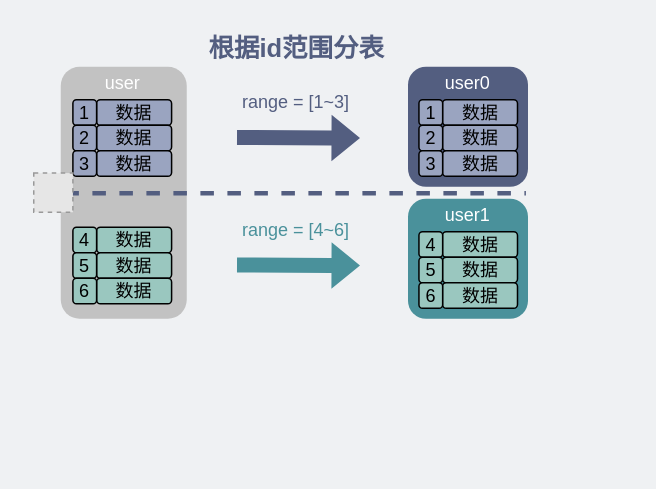
Before: network/根据id范围分表.drawio in xiaobaiTech/image, a draw.io diagram. Source tidied: cells renumbered, new cells numbered last; positions are measured from the earlier drawing's top-left corner, leaving out a move shared by most shapes. Both pictures are drawn from the tidied source at 150%, with x=0, y=0 at pixel (33, 26). Pictures stored in the file or linked from it are replaced by grey dashed boxes.
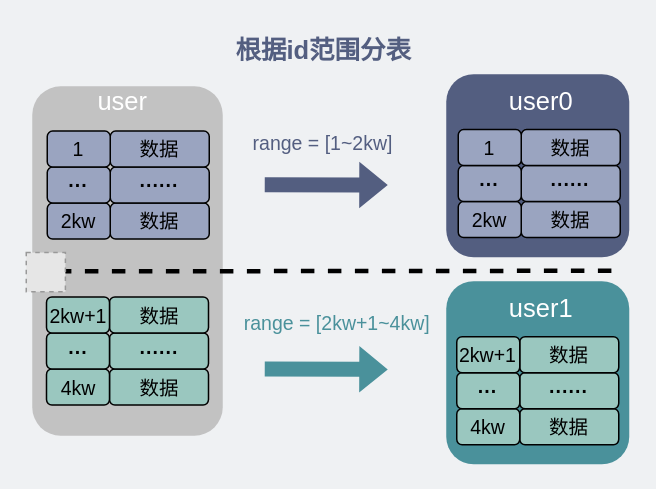
Above is the later version.

Commit message:
Update 根据id范围分表.drawio

Change to the diagram source:
```diff
@@
-    <mxCell id="2" value="&lt;font color=&quot;#ffffff&quot;&gt;&lt;span style=&quot;font-size: 16px&quot;&gt;&lt;br&gt;&lt;/span&gt;&lt;/font&gt;" style="whiteSpace=wrap;html=1;rounded=1;strokeColor=none;fillColor=#535E80;" parent="1" vertex="1">
-      <mxGeometry x="249.5" y="27" width="80" height="80" as="geometry" />
+    <mxCell id="2" value="&lt;font color=&quot;#ffffff&quot; style=&quot;font-size: 17px;&quot;&gt;&lt;span style=&quot;font-size: 17px;&quot;&gt;&lt;br style=&quot;font-size: 17px;&quot;&gt;&lt;/span&gt;&lt;/font&gt;" style="whiteSpace=wrap;html=1;rounded=1;strokeColor=none;fillColor=#535E80;fontSize=17;" parent="1" vertex="1">
+      <mxGeometry x="275" y="32" width="122" height="122" as="geometry" />
     </mxCell>
-    <mxCell id="3" value="数据" style="rounded=1;whiteSpace=wrap;html=1;fillColor=#9AA4C0;strokeColor=default;fontColor=#000000;align=center;" parent="1" vertex="1">
-      <mxGeometry x="272.5" y="49" width="50" height="17" as="geometry" />
-    </mxCell>
-    <mxCell id="4" value="&lt;font color=&quot;#ffffff&quot;&gt;user0&lt;/font&gt;" style="text;html=1;strokeColor=none;fillColor=none;align=center;verticalAlign=middle;whiteSpace=wrap;rounded=0;dashed=1;fontColor=#535E80;" parent="1" vertex="1">
-      <mxGeometry x="261.5" y="27" width="55" height="22" as="geometry" />
+    <mxCell id="4" value="&lt;font color=&quot;#ffffff&quot; style=&quot;font-size: 17px;&quot;&gt;user0&lt;/font&gt;" style="text;html=1;strokeColor=none;fillColor=none;align=center;verticalAlign=middle;whiteSpace=wrap;rounded=0;dashed=1;fontColor=#535E80;fontSize=17;" parent="1" vertex="1">
+      <mxGeometry x="311" y="40" width="55" height="22" as="geometry" />
     </mxCell>
-    <mxCell id="5" value="&lt;font&gt;1&lt;/font&gt;" style="rounded=1;whiteSpace=wrap;html=1;fillColor=#9AA4C0;strokeColor=default;fontColor=#000000;" parent="1" vertex="1">
-      <mxGeometry x="256.8" y="49" width="15.8" height="17" as="geometry" />
-    </mxCell>
-    <mxCell id="6" value="数据" style="rounded=1;whiteSpace=wrap;html=1;fillColor=#9AA4C0;strokeColor=default;fontColor=#000000;align=center;" parent="1" vertex="1">
-      <mxGeometry x="272.5" y="66" width="50" height="17" as="geometry" />
-    </mxCell>
-    <mxCell id="7" value="&lt;font&gt;2&lt;/font&gt;" style="rounded=1;whiteSpace=wrap;html=1;fillColor=#9AA4C0;strokeColor=default;fontColor=#000000;" parent="1" vertex="1">
-      <mxGeometry x="256.8" y="66" width="15.8" height="17" as="geometry" />
-    </mxCell>
-    <mxCell id="8" value="数据" style="rounded=1;whiteSpace=wrap;html=1;fillColor=#9AA4C0;strokeColor=default;fontColor=#000000;align=center;" parent="1" vertex="1">
-      <mxGeometry x="272.5" y="83" width="50" height="17" as="geometry" />
-    </mxCell>
-    <mxCell id="9" value="&lt;font&gt;3&lt;/font&gt;" style="rounded=1;whiteSpace=wrap;html=1;fillColor=#9AA4C0;strokeColor=default;fontColor=#000000;" parent="1" vertex="1">
-      <mxGeometry x="256.8" y="83" width="15.8" height="17" as="geometry" />
-    </mxCell>
-    <mxCell id="10" value="&lt;font color=&quot;#ffffff&quot;&gt;&lt;span style=&quot;font-size: 16px&quot;&gt;&lt;br&gt;&lt;/span&gt;&lt;/font&gt;" style="whiteSpace=wrap;html=1;rounded=1;strokeColor=none;fillColor=#4A919B;" parent="1" vertex="1">
-      <mxGeometry x="249.5" y="115" width="80" height="80" as="geometry" />
-    </mxCell>
-    <mxCell id="11" value="数据" style="rounded=1;whiteSpace=wrap;html=1;fillColor=#9AC7BF;strokeColor=default;fontColor=#000000;align=center;" parent="1" vertex="1">
-      <mxGeometry x="272.5" y="137" width="50" height="17" as="geometry" />
-    </mxCell>
-    <mxCell id="12" value="&lt;font color=&quot;#ffffff&quot;&gt;user1&lt;/font&gt;" style="text;html=1;strokeColor=none;fillColor=none;align=center;verticalAlign=middle;whiteSpace=wrap;rounded=0;dashed=1;fontColor=#535E80;" parent="1" vertex="1">
-      <mxGeometry x="261.5" y="115" width="55" height="22" as="geometry" />
-    </mxCell>
-    <mxCell id="13" value="&lt;font&gt;4&lt;/font&gt;" style="rounded=1;whiteSpace=wrap;html=1;fillColor=#9AC7BF;strokeColor=default;fontColor=#000000;" parent="1" vertex="1">
-      <mxGeometry x="256.8" y="137" width="15.8" height="17" as="geometry" />
-    </mxCell>
-    <mxCell id="14" value="数据" style="rounded=1;whiteSpace=wrap;html=1;fillColor=#9AC7BF;strokeColor=default;fontColor=#000000;align=center;" parent="1" vertex="1">
-      <mxGeometry x="272.5" y="154" width="50" height="17" as="geometry" />
-    </mxCell>
-    <mxCell id="15" value="&lt;font&gt;5&lt;/font&gt;" style="rounded=1;whiteSpace=wrap;html=1;fillColor=#9AC7BF;strokeColor=default;fontColor=#000000;" parent="1" vertex="1">
-      <mxGeometry x="256.8" y="154" width="15.8" height="17" as="geometry" />
-    </mxCell>
-    <mxCell id="16" value="数据" style="rounded=1;whiteSpace=wrap;html=1;fillColor=#9AC7BF;strokeColor=default;fontColor=#000000;align=center;" parent="1" vertex="1">
-      <mxGeometry x="272.5" y="171" width="50" height="17" as="geometry" />
-    </mxCell>
-    <mxCell id="17" value="&lt;font&gt;6&lt;/font&gt;" style="rounded=1;whiteSpace=wrap;html=1;fillColor=#9AC7BF;strokeColor=default;fontColor=#000000;" parent="1" vertex="1">
-      <mxGeometry x="256.8" y="171" width="15.8" height="17" as="geometry" />
-    </mxCell>
-    <mxCell id="18" style="rounded=1;whiteSpace=wrap;html=1;fillColor=#C2C2C2;strokeColor=none;" parent="1" vertex="1">
-      <mxGeometry x="18" y="27" width="84" height="168" as="geometry" />
+    <mxCell id="18" style="rounded=1;whiteSpace=wrap;html=1;fillColor=#C2C2C2;strokeColor=none;fontSize=17;" parent="1" vertex="1">
+      <mxGeometry x="-1" y="40" width="127" height="233" as="geometry" />
     </mxCell>
-    <mxCell id="19" value="数据" style="rounded=1;whiteSpace=wrap;html=1;fillColor=#9AA4C0;strokeColor=default;fontColor=#000000;align=center;" parent="1" vertex="1">
-      <mxGeometry x="41.9" y="49" width="50" height="17" as="geometry" />
-    </mxCell>
-    <mxCell id="20" value="&lt;font&gt;1&lt;/font&gt;" style="rounded=1;whiteSpace=wrap;html=1;fillColor=#9AA4C0;strokeColor=default;fontColor=#000000;" parent="1" vertex="1">
-      <mxGeometry x="26.1" y="49" width="15.8" height="17" as="geometry" />
-    </mxCell>
-    <mxCell id="21" value="数据" style="rounded=1;whiteSpace=wrap;html=1;fillColor=#9AA4C0;strokeColor=default;fontColor=#000000;align=center;" parent="1" vertex="1">
-      <mxGeometry x="41.9" y="66" width="50" height="17" as="geometry" />
-    </mxCell>
-    <mxCell id="22" value="&lt;font&gt;2&lt;/font&gt;" style="rounded=1;whiteSpace=wrap;html=1;fillColor=#9AA4C0;strokeColor=default;fontColor=#000000;" parent="1" vertex="1">
-      <mxGeometry x="26.1" y="66" width="15.8" height="17" as="geometry" />
-    </mxCell>
-    <mxCell id="23" value="数据" style="rounded=1;whiteSpace=wrap;html=1;fillColor=#9AA4C0;strokeColor=default;fontColor=#000000;align=center;" parent="1" vertex="1">
-      <mxGeometry x="41.9" y="83" width="50" height="17" as="geometry" />
+    <mxCell id="23" value="数据" style="rounded=1;whiteSpace=wrap;html=1;fillColor=#9AA4C0;strokeColor=default;fontColor=#000000;align=center;fontSize=13;" parent="1" vertex="1">
+      <mxGeometry x="51" y="117.9" width="66" height="24" as="geometry" />
     </mxCell>
-    <mxCell id="24" value="&lt;font&gt;3&lt;/font&gt;" style="rounded=1;whiteSpace=wrap;html=1;fillColor=#9AA4C0;strokeColor=default;fontColor=#000000;" parent="1" vertex="1">
-      <mxGeometry x="26.1" y="83" width="15.8" height="17" as="geometry" />
+    <mxCell id="24" value="&lt;font style=&quot;font-size: 13px;&quot;&gt;2kw&lt;/font&gt;" style="rounded=1;whiteSpace=wrap;html=1;fillColor=#9AA4C0;strokeColor=default;fontColor=#000000;fontSize=13;" parent="1" vertex="1">
+      <mxGeometry x="9" y="117.9" width="42" height="24" as="geometry" />
     </mxCell>
-    <mxCell id="25" value="数据" style="rounded=1;whiteSpace=wrap;html=1;fillColor=#9AC7BF;strokeColor=default;fontColor=#000000;align=center;" parent="1" vertex="1">
-      <mxGeometry x="41.9" y="134" width="50" height="17" as="geometry" />
-    </mxCell>
-    <mxCell id="26" value="&lt;font&gt;4&lt;/font&gt;" style="rounded=1;whiteSpace=wrap;html=1;fillColor=#9AC7BF;strokeColor=default;fontColor=#000000;" parent="1" vertex="1">
-      <mxGeometry x="26.1" y="134" width="15.8" height="17" as="geometry" />
-    </mxCell>
-    <mxCell id="27" value="数据" style="rounded=1;whiteSpace=wrap;html=1;fillColor=#9AC7BF;strokeColor=default;fontColor=#000000;align=center;" parent="1" vertex="1">
-      <mxGeometry x="41.9" y="151" width="50" height="17" as="geometry" />
-    </mxCell>
-    <mxCell id="28" value="&lt;font&gt;5&lt;/font&gt;" style="rounded=1;whiteSpace=wrap;html=1;fillColor=#9AC7BF;strokeColor=default;fontColor=#000000;" parent="1" vertex="1">
-      <mxGeometry x="26.1" y="151" width="15.8" height="17" as="geometry" />
-    </mxCell>
-    <mxCell id="29" value="数据" style="rounded=1;whiteSpace=wrap;html=1;fillColor=#9AC7BF;strokeColor=default;fontColor=#000000;align=center;" parent="1" vertex="1">
-      <mxGeometry x="41.9" y="168" width="50" height="17" as="geometry" />
-    </mxCell>
-    <mxCell id="30" value="&lt;font&gt;6&lt;/font&gt;" style="rounded=1;whiteSpace=wrap;html=1;fillColor=#9AC7BF;strokeColor=default;fontColor=#000000;" parent="1" vertex="1">
-      <mxGeometry x="26.1" y="168" width="15.8" height="17" as="geometry" />
-    </mxCell>
-    <mxCell id="31" value="&lt;font color=&quot;#ffffff&quot;&gt;user&lt;/font&gt;" style="text;html=1;strokeColor=none;fillColor=none;align=center;verticalAlign=middle;whiteSpace=wrap;rounded=0;dashed=1;fontColor=#535E80;" parent="1" vertex="1">
-      <mxGeometry x="31.5" y="27" width="55" height="22" as="geometry" />
+    <mxCell id="31" value="&lt;font color=&quot;#ffffff&quot; style=&quot;font-size: 17px;&quot;&gt;user&lt;/font&gt;" style="text;html=1;strokeColor=none;fillColor=none;align=center;verticalAlign=middle;whiteSpace=wrap;rounded=0;dashed=1;fontColor=#535E80;fontSize=17;" parent="1" vertex="1">
+      <mxGeometry x="31.5" y="40" width="55" height="22" as="geometry" />
     </mxCell>
-    <mxCell id="32" style="endArrow=none;dashed=1;html=1;rounded=0;strokeWidth=3;strokeColor=#535E80;" parent="1" edge="1">
+    <mxCell id="32" style="endArrow=none;dashed=1;html=1;rounded=0;strokeWidth=3;strokeColor=#000000;fontSize=17;" parent="1" edge="1">
       <mxGeometry relative="1" as="geometry">
-        <mxPoint x="21.1" y="111.3" as="sourcePoint" />
-        <mxPoint x="328.1" y="111.3" as="targetPoint" />
+        <mxPoint x="16.1" y="163.4" as="sourcePoint" />
+        <mxPoint x="392" y="163" as="targetPoint" />
       </mxGeometry>
     </mxCell>
     <mxCell id="33" value="&lt;font color=&quot;#535e80&quot;&gt;&lt;span style=&quot;font-size: 17px;&quot;&gt;&lt;b&gt;根据id范围分表&lt;/b&gt;&lt;/span&gt;&lt;/font&gt;" style="text;html=1;strokeColor=none;fillColor=none;align=center;verticalAlign=middle;whiteSpace=wrap;rounded=0;" parent="1" vertex="1">
-      <mxGeometry x="113.5" width="123" height="31" as="geometry" />
+      <mxGeometry x="131.5" y="1" width="123" height="31" as="geometry" />
     </mxCell>
-    <mxCell id="34" style="fillColor=#E6E6E6;strokeColor=#999999;dashed=1;html=1;verticalAlign=top;verticalLabelPosition=bottom;labelBackgroundColor=#ffffff;fontSize=17;fontColor=#535E80;" parent="1" vertex="1">
-      <mxGeometry y="97.9" width="26.1" height="26.1" as="geometry" />
+    <mxCell id="34" style="fillColor=#E6E6E6;strokeColor=#999999;dashed=1;html=1;verticalAlign=top;verticalLabelPosition=bottom;labelBackgroundColor=#ffffff;fontSize=13;fontColor=#535E80;" parent="1" vertex="1">
+      <mxGeometry x="-5" y="150.9" width="26.1" height="26.1" as="geometry" />
     </mxCell>
-    <mxCell id="35" style="shape=flexArrow;endArrow=classic;html=1;rounded=0;strokeColor=none;fillColor=#4A919B;" parent="1" edge="1">
+    <mxCell id="35" style="shape=flexArrow;endArrow=classic;html=1;rounded=0;strokeColor=none;fillColor=#4A919B;fontSize=17;" parent="1" edge="1">
       <mxGeometry relative="1" as="geometry">
-        <mxPoint x="135" y="159.2" as="sourcePoint" />
-        <mxPoint x="218" y="159.5" as="targetPoint" />
+        <mxPoint x="153.5" y="228.5" as="sourcePoint" />
+        <mxPoint x="236.5" y="228.8" as="targetPoint" />
       </mxGeometry>
     </mxCell>
-    <mxCell id="36" value="&lt;font color=&quot;#535e80&quot;&gt;range = [1~3]&lt;/font&gt;" style="text;html=1;strokeColor=none;fillColor=none;align=center;verticalAlign=middle;whiteSpace=wrap;rounded=0;" parent="1" vertex="1">
-      <mxGeometry x="135" y="36" width="80" height="30" as="geometry" />
+    <mxCell id="36" value="&lt;font color=&quot;#535e80&quot; style=&quot;font-size: 13px;&quot;&gt;range = [1~2kw]&lt;/font&gt;" style="text;html=1;strokeColor=none;fillColor=none;align=center;verticalAlign=middle;whiteSpace=wrap;rounded=0;fontSize=17;" parent="1" vertex="1">
+      <mxGeometry x="141" y="57" width="104" height="41" as="geometry" />
     </mxCell>
-    <mxCell id="37" value="&lt;font color=&quot;#4a919b&quot;&gt;range = [4~6]&lt;/font&gt;" style="text;html=1;strokeColor=none;fillColor=none;align=center;verticalAlign=middle;whiteSpace=wrap;rounded=0;" parent="1" vertex="1">
-      <mxGeometry x="135" y="121" width="80" height="30" as="geometry" />
+    <mxCell id="37" value="&lt;font color=&quot;#4a919b&quot; style=&quot;font-size: 13px;&quot;&gt;range = [2kw+1~4kw]&lt;/font&gt;" style="text;html=1;strokeColor=none;fillColor=none;align=center;verticalAlign=middle;whiteSpace=wrap;rounded=0;fontSize=17;" parent="1" vertex="1">
+      <mxGeometry x="137" y="180.5" width="131" height="35.5" as="geometry" />
     </mxCell>
-    <mxCell id="38" style="shape=flexArrow;endArrow=classic;html=1;rounded=0;strokeColor=none;fillColor=#535E80;" parent="1" edge="1">
+    <mxCell id="38" style="shape=flexArrow;endArrow=classic;html=1;rounded=0;strokeColor=none;fillColor=#535E80;fontSize=17;" parent="1" edge="1">
       <mxGeometry relative="1" as="geometry">
-        <mxPoint x="135" y="74.2" as="sourcePoint" />
-        <mxPoint x="218" y="74.5" as="targetPoint" />
+        <mxPoint x="153.5" y="105.6" as="sourcePoint" />
+        <mxPoint x="236.5" y="105.8" as="targetPoint" />
       </mxGeometry>
     </mxCell>
+    <mxCell id="39" value="······" style="rounded=1;whiteSpace=wrap;html=1;fillColor=#9AA4C0;strokeColor=default;fontColor=#000000;align=center;fontSize=13;fontStyle=1;" parent="1" vertex="1">
+      <mxGeometry x="51" y="93.9" width="66" height="24" as="geometry" />
+    </mxCell>
+    <mxCell id="40" value="&lt;font style=&quot;font-size: 13px;&quot;&gt;···&lt;/font&gt;" style="rounded=1;whiteSpace=wrap;html=1;fillColor=#9AA4C0;strokeColor=default;fontColor=#000000;fontSize=13;fontStyle=1;" parent="1" vertex="1">
+      <mxGeometry x="9" y="93.9" width="42" height="24" as="geometry" />
+    </mxCell>
+    <mxCell id="41" value="数据" style="rounded=1;whiteSpace=wrap;html=1;fillColor=#9AA4C0;strokeColor=default;fontColor=#000000;align=center;fontSize=13;" parent="1" vertex="1">
+      <mxGeometry x="51" y="69.9" width="66" height="24" as="geometry" />
+    </mxCell>
+    <mxCell id="42" value="&lt;font style=&quot;font-size: 13px;&quot;&gt;1&lt;/font&gt;" style="rounded=1;whiteSpace=wrap;html=1;fillColor=#9AA4C0;strokeColor=default;fontColor=#000000;fontSize=13;" parent="1" vertex="1">
+      <mxGeometry x="9" y="69.9" width="42" height="24" as="geometry" />
+    </mxCell>
+    <mxCell id="43" value="数据" style="rounded=1;whiteSpace=wrap;html=1;fillColor=#9AC7BF;strokeColor=default;fontColor=#000000;align=center;fontSize=13;" parent="1" vertex="1">
+      <mxGeometry x="50.5" y="228.5" width="66" height="24" as="geometry" />
+    </mxCell>
+    <mxCell id="44" value="&lt;font style=&quot;font-size: 13px;&quot;&gt;4kw&lt;/font&gt;" style="rounded=1;whiteSpace=wrap;html=1;fillColor=#9AC7BF;strokeColor=default;fontColor=#000000;fontSize=13;" parent="1" vertex="1">
+      <mxGeometry x="8.5" y="228.5" width="42" height="24" as="geometry" />
+    </mxCell>
+    <mxCell id="45" value="······" style="rounded=1;whiteSpace=wrap;html=1;fillColor=#9AC7BF;strokeColor=default;fontColor=#000000;align=center;fontSize=13;fontStyle=1;" parent="1" vertex="1">
+      <mxGeometry x="50.5" y="204.5" width="66" height="24" as="geometry" />
+    </mxCell>
+    <mxCell id="46" value="&lt;font style=&quot;font-size: 13px;&quot;&gt;···&lt;/font&gt;" style="rounded=1;whiteSpace=wrap;html=1;fillColor=#9AC7BF;strokeColor=default;fontColor=#000000;fontSize=13;fontStyle=1;" parent="1" vertex="1">
+      <mxGeometry x="8.5" y="204.5" width="42" height="24" as="geometry" />
+    </mxCell>
+    <mxCell id="47" value="数据" style="rounded=1;whiteSpace=wrap;html=1;fillColor=#9AC7BF;strokeColor=default;fontColor=#000000;align=center;fontSize=13;" parent="1" vertex="1">
+      <mxGeometry x="50.5" y="180.5" width="66" height="24" as="geometry" />
+    </mxCell>
+    <mxCell id="48" value="2kw+1" style="rounded=1;whiteSpace=wrap;html=1;fillColor=#9AC7BF;strokeColor=default;fontColor=#000000;fontSize=13;" parent="1" vertex="1">
+      <mxGeometry x="8.5" y="180.5" width="42" height="24" as="geometry" />
+    </mxCell>
+    <mxCell id="49" value="数据" style="rounded=1;whiteSpace=wrap;html=1;fillColor=#9AA4C0;strokeColor=default;fontColor=#000000;align=center;fontSize=13;" parent="1" vertex="1">
+      <mxGeometry x="325" y="116.9" width="66" height="24" as="geometry" />
+    </mxCell>
+    <mxCell id="50" value="&lt;font style=&quot;font-size: 13px;&quot;&gt;2kw&lt;/font&gt;" style="rounded=1;whiteSpace=wrap;html=1;fillColor=#9AA4C0;strokeColor=default;fontColor=#000000;fontSize=13;" parent="1" vertex="1">
+      <mxGeometry x="283" y="116.9" width="42" height="24" as="geometry" />
+    </mxCell>
+    <mxCell id="51" value="······" style="rounded=1;whiteSpace=wrap;html=1;fillColor=#9AA4C0;strokeColor=default;fontColor=#000000;align=center;fontSize=13;fontStyle=1;" parent="1" vertex="1">
+      <mxGeometry x="325" y="92.9" width="66" height="24" as="geometry" />
+    </mxCell>
+    <mxCell id="52" value="&lt;font style=&quot;font-size: 13px;&quot;&gt;···&lt;/font&gt;" style="rounded=1;whiteSpace=wrap;html=1;fillColor=#9AA4C0;strokeColor=default;fontColor=#000000;fontSize=13;fontStyle=1;" parent="1" vertex="1">
+      <mxGeometry x="283" y="92.9" width="42" height="24" as="geometry" />
+    </mxCell>
+    <mxCell id="53" value="数据" style="rounded=1;whiteSpace=wrap;html=1;fillColor=#9AA4C0;strokeColor=default;fontColor=#000000;align=center;fontSize=13;" parent="1" vertex="1">
+      <mxGeometry x="325" y="68.9" width="66" height="24" as="geometry" />
+    </mxCell>
+    <mxCell id="54" value="&lt;font style=&quot;font-size: 13px;&quot;&gt;1&lt;/font&gt;" style="rounded=1;whiteSpace=wrap;html=1;fillColor=#9AA4C0;strokeColor=default;fontColor=#000000;fontSize=13;" parent="1" vertex="1">
+      <mxGeometry x="283" y="68.9" width="42" height="24" as="geometry" />
+    </mxCell>
+    <mxCell id="55" value="&lt;font color=&quot;#ffffff&quot; style=&quot;font-size: 17px;&quot;&gt;&lt;span style=&quot;font-size: 17px;&quot;&gt;&lt;br style=&quot;font-size: 17px;&quot;&gt;&lt;/span&gt;&lt;/font&gt;" style="whiteSpace=wrap;html=1;rounded=1;strokeColor=none;fillColor=#4A919B;fontSize=17;" parent="1" vertex="1">
+      <mxGeometry x="275" y="170" width="122" height="122" as="geometry" />
+    </mxCell>
+    <mxCell id="12" value="&lt;font color=&quot;#ffffff&quot; style=&quot;font-size: 17px;&quot;&gt;user1&lt;/font&gt;" style="text;html=1;strokeColor=none;fillColor=none;align=center;verticalAlign=middle;whiteSpace=wrap;rounded=0;dashed=1;fontColor=#535E80;fontSize=17;" parent="1" vertex="1">
+      <mxGeometry x="311" y="178" width="55" height="22" as="geometry" />
+    </mxCell>
+    <mxCell id="56" value="数据" style="rounded=1;whiteSpace=wrap;html=1;fillColor=#9AC7BF;strokeColor=default;fontColor=#000000;align=center;fontSize=13;" parent="1" vertex="1">
+      <mxGeometry x="324" y="255" width="66" height="24" as="geometry" />
+    </mxCell>
+    <mxCell id="57" value="&lt;font style=&quot;font-size: 13px;&quot;&gt;4kw&lt;/font&gt;" style="rounded=1;whiteSpace=wrap;html=1;fillColor=#9AC7BF;strokeColor=default;fontColor=#000000;fontSize=13;" parent="1" vertex="1">
+      <mxGeometry x="282" y="255" width="42" height="24" as="geometry" />
+    </mxCell>
+    <mxCell id="58" value="······" style="rounded=1;whiteSpace=wrap;html=1;fillColor=#9AC7BF;strokeColor=default;fontColor=#000000;align=center;fontSize=13;fontStyle=1;" parent="1" vertex="1">
+      <mxGeometry x="324" y="231" width="66" height="24" as="geometry" />
+    </mxCell>
+    <mxCell id="59" value="&lt;font style=&quot;font-size: 13px;&quot;&gt;···&lt;/font&gt;" style="rounded=1;whiteSpace=wrap;html=1;fillColor=#9AC7BF;strokeColor=default;fontColor=#000000;fontSize=13;fontStyle=1;" parent="1" vertex="1">
+      <mxGeometry x="282" y="231" width="42" height="24" as="geometry" />
+    </mxCell>
+    <mxCell id="60" value="数据" style="rounded=1;whiteSpace=wrap;html=1;fillColor=#9AC7BF;strokeColor=default;fontColor=#000000;align=center;fontSize=13;" parent="1" vertex="1">
+      <mxGeometry x="324" y="207" width="66" height="24" as="geometry" />
+    </mxCell>
+    <mxCell id="61" value="2kw+1" style="rounded=1;whiteSpace=wrap;html=1;fillColor=#9AC7BF;strokeColor=default;fontColor=#000000;fontSize=13;" parent="1" vertex="1">
+      <mxGeometry x="282" y="207" width="42" height="24" as="geometry" />
+    </mxCell>
```
